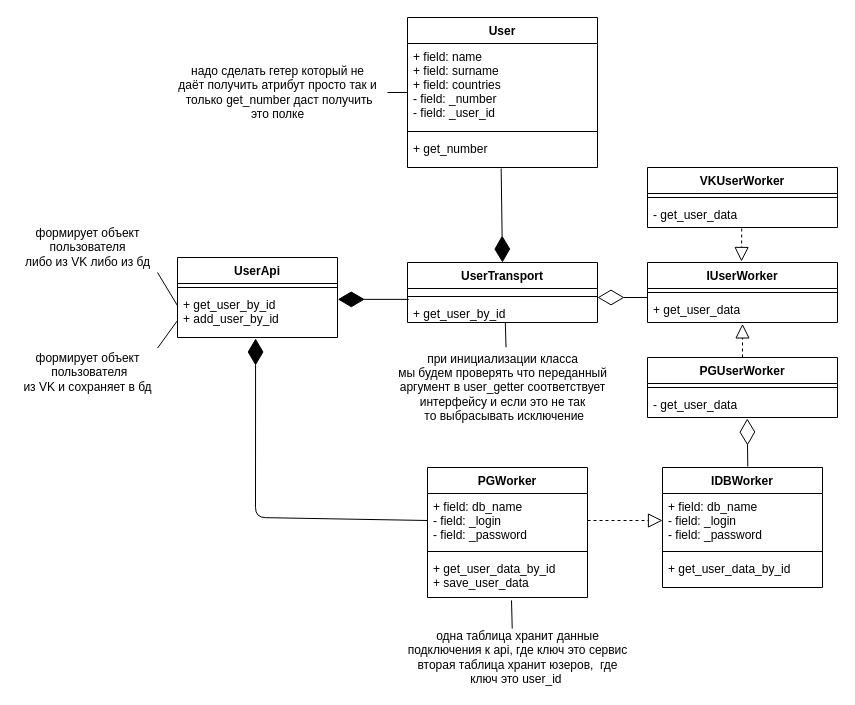
Above: test_solid.drawio in AlexanderKorovayev/test_solid (draw.io), before the change. Source tidied: cells renumbered, new cells numbered last; positions are measured from the earlier drawing's top-left corner, leaving out a move shared by most shapes. Both pictures are drawn from the tidied source at 100%, with x=0, y=0 at pixel (17, 17).
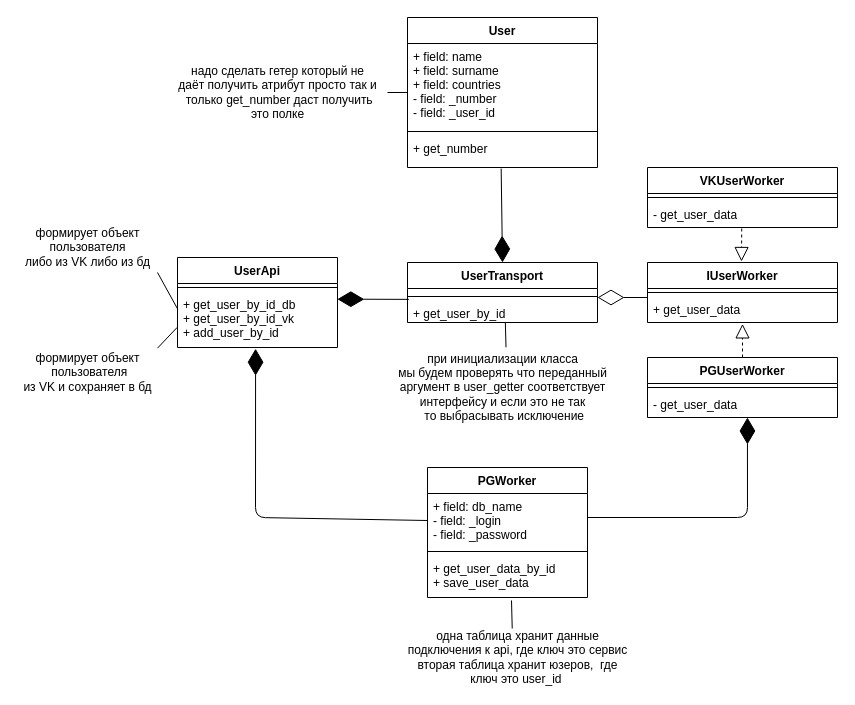
After the change.

The change refers to these unchanged cells:
```xml
<mxCell id="21" value="- get_user_data" style="text;strokeColor=none;fillColor=none;align=left;verticalAlign=top;spacingLeft=4;spacingRight=4;overflow=hidden;points=[[0,0.5],[1,0.5]];portConstraint=eastwest;" parent="19" vertex="1">
  <mxGeometry y="34" width="190" height="26" as="geometry" />
</mxCell>
<mxCell id="28" value="+ get_user_by_id" style="text;strokeColor=none;fillColor=none;align=left;verticalAlign=top;spacingLeft=4;spacingRight=4;overflow=hidden;points=[[0,0.5],[1,0.5]];portConstraint=eastwest;" parent="25" vertex="1">
  <mxGeometry y="38" width="190" height="22" as="geometry" />
</mxCell>
<mxCell id="41" value="+ field: db_name&#10;- field: _login&#10;- field: _password&#10;&#10;" style="text;strokeColor=none;fillColor=none;align=left;verticalAlign=top;spacingLeft=4;spacingRight=4;overflow=hidden;points=[[0,0.5],[1,0.5]];portConstraint=eastwest;" parent="40" vertex="1">
  <mxGeometry y="26" width="160" height="54" as="geometry" />
</mxCell>
```

Diff of the diagram source:
```diff
@@
-    <mxCell id="14" style="endArrow=diamondThin;endFill=0;endSize=24;html=1;exitX=0.533;exitY=-0.008;exitDx=0;exitDy=0;entryX=0.525;entryY=1.04;entryDx=0;entryDy=0;entryPerimeter=0;exitPerimeter=0;" parent="1" edge="1" source="29" target="21">
-      <mxGeometry relative="1" as="geometry" />
-    </mxCell>
@@
-    <mxCell id="29" value="IDBWorker" style="swimlane;fontStyle=1;align=center;verticalAlign=top;horizontal=1;startSize=26;" parent="1" vertex="1">
-      <mxGeometry x="645" y="450" width="160" height="120" as="geometry" />
-    </mxCell>
-    <mxCell id="30" value="+ field: db_name&#10;- field: _login&#10;- field: _password&#10;&#10;" style="text;strokeColor=none;fillColor=none;align=left;verticalAlign=top;spacingLeft=4;spacingRight=4;overflow=hidden;points=[[0,0.5],[1,0.5]];portConstraint=eastwest;" parent="29" vertex="1">
-      <mxGeometry y="26" width="160" height="54" as="geometry" />
-    </mxCell>
-    <mxCell id="31" style="line;strokeWidth=1;fillColor=none;align=left;verticalAlign=middle;spacingTop=-1;spacingLeft=3;spacingRight=3;labelPosition=right;" parent="29" vertex="1">
-      <mxGeometry y="80" width="160" height="8" as="geometry" />
-    </mxCell>
-    <mxCell id="32" value="+ get_user_data_by_id&#10;" style="text;strokeColor=none;fillColor=none;align=left;verticalAlign=top;spacingLeft=4;spacingRight=4;overflow=hidden;" parent="29" vertex="1">
-      <mxGeometry y="88" width="160" height="32" as="geometry" />
-    </mxCell>
@@
     <mxCell id="37" value="UserApi" style="swimlane;fontStyle=1;align=center;verticalAlign=top;horizontal=1;startSize=26;" parent="1" vertex="1">
-      <mxGeometry x="160" y="240" width="160" height="80" as="geometry" />
+      <mxGeometry x="160" y="240" width="160" height="90" as="geometry" />
     </mxCell>
@@
-    <mxCell id="39" value="+ get_user_by_id&#10;+ add_user_by_id" style="text;strokeColor=none;fillColor=none;align=left;verticalAlign=top;spacingLeft=4;spacingRight=4;overflow=hidden;points=[[0,0.5],[1,0.5]];portConstraint=eastwest;" parent="37" vertex="1">
-      <mxGeometry y="34" width="160" height="46" as="geometry" />
+    <mxCell id="39" value="+ get_user_by_id_db&#10;+ get_user_by_id_vk&#10;+ add_user_by_id" style="text;strokeColor=none;fillColor=none;align=left;verticalAlign=top;spacingLeft=4;spacingRight=4;overflow=hidden;points=[[0,0.5],[1,0.5]];portConstraint=eastwest;" parent="37" vertex="1">
+      <mxGeometry y="34" width="160" height="56" as="geometry" />
     </mxCell>
@@
-    <mxCell id="45" style="endArrow=block;dashed=1;endFill=0;endSize=12;html=1;exitX=1;exitY=0.5;exitDx=0;exitDy=0;entryX=0;entryY=0.5;entryDx=0;entryDy=0;" parent="1" edge="1" source="41" target="30">
-      <mxGeometry relative="1" as="geometry" />
-    </mxCell>
-    <mxCell id="46" style="endArrow=diamondThin;endFill=1;endSize=24;html=1;exitX=0.007;exitY=-0.052;exitDx=0;exitDy=0;exitPerimeter=0;entryX=1.002;entryY=0.171;entryDx=0;entryDy=0;entryPerimeter=0;" parent="1" edge="1" source="28" target="39">
+    <mxCell id="46" style="endArrow=diamondThin;endFill=1;endSize=24;html=1;exitX=0.007;exitY=-0.052;exitDx=0;exitDy=0;exitPerimeter=0;entryX=0.999;entryY=0.137;entryDx=0;entryDy=0;entryPerimeter=0;" parent="1" edge="1" source="28" target="39">
       <mxGeometry relative="1" as="geometry" />
     </mxCell>
@@
+    <mxCell id="48" style="endArrow=diamondThin;endFill=1;endSize=24;html=1;entryX=0.526;entryY=1;entryDx=0;entryDy=0;entryPerimeter=0;" parent="1" edge="1" target="21">
+      <mxGeometry relative="1" as="geometry">
+        <mxPoint x="570" y="500" as="sourcePoint" />
+        <Array as="points">
+          <mxPoint x="730" y="500" />
+        </Array>
+      </mxGeometry>
+    </mxCell>
```
